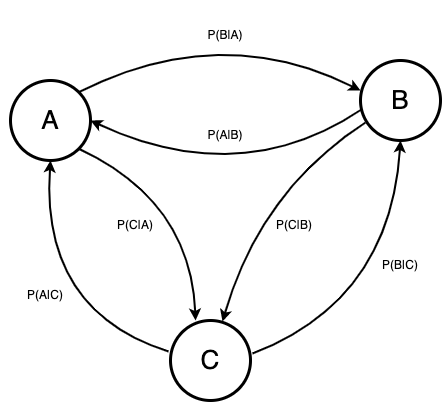
Earlier version of the draw.io export report/Figures/markov_chain.png (jonasrla/spectral-hmm). Source tidied: cells renumbered, new cells last; positions are measured from the earlier drawing's top-left corner, leaving out a move shared by most shapes.
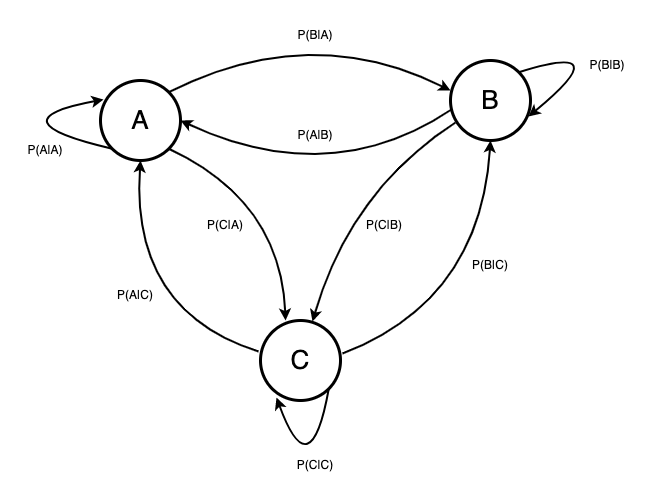
After the commit.

Commit message:
Adiciona Cadeias de Markov

Change to the diagram source:
```diff
@@ -80,5 +80,35 @@
     <mxCell id="19" value="P(C|A)" style="text;html=1;strokeColor=none;fillColor=none;align=center;verticalAlign=middle;whiteSpace=wrap;rounded=0;" parent="1" vertex="1">
       <mxGeometry x="90" y="190" width="90" height="70" as="geometry" />
     </mxCell>
+    <mxCell id="20" style="curved=1;endArrow=classic;html=1;rounded=0;entryX=0.2;entryY=0.963;entryDx=0;entryDy=0;entryPerimeter=0;exitX=1;exitY=1;exitDx=0;exitDy=0;strokeWidth=2;" parent="1" edge="1" source="3" target="3">
+      <mxGeometry relative="1" as="geometry">
+        <Array as="points">
+          <mxPoint x="220" y="490" />
+        </Array>
+      </mxGeometry>
+    </mxCell>
+    <mxCell id="21" style="curved=1;endArrow=classic;html=1;rounded=0;entryX=0.975;entryY=0.7;entryDx=0;entryDy=0;exitX=1;exitY=0;exitDx=0;exitDy=0;strokeWidth=2;entryPerimeter=0;" parent="1" edge="1" source="4" target="4">
+      <mxGeometry relative="1" as="geometry">
+        <Array as="points">
+          <mxPoint x="530" y="40" />
+        </Array>
+      </mxGeometry>
+    </mxCell>
+    <mxCell id="22" style="curved=1;endArrow=classic;html=1;rounded=0;entryX=0.038;entryY=0.238;entryDx=0;entryDy=0;entryPerimeter=0;exitX=0;exitY=1;exitDx=0;exitDy=0;strokeWidth=2;" parent="1" edge="1" source="2" target="2">
+      <mxGeometry relative="1" as="geometry">
+        <Array as="points">
+          <mxPoint x="-100" y="120" />
+        </Array>
+      </mxGeometry>
+    </mxCell>
+    <mxCell id="23" value="P(A|A)" style="text;html=1;strokeColor=none;fillColor=none;align=center;verticalAlign=middle;whiteSpace=wrap;rounded=0;" parent="1" vertex="1">
+      <mxGeometry x="-90" y="115" width="90" height="70" as="geometry" />
+    </mxCell>
+    <mxCell id="24" value="P(C|C)" style="text;html=1;strokeColor=none;fillColor=none;align=center;verticalAlign=middle;whiteSpace=wrap;rounded=0;" parent="1" vertex="1">
+      <mxGeometry x="180" y="430" width="90" height="70" as="geometry" />
+    </mxCell>
+    <mxCell id="25" value="P(B|B)" style="text;html=1;strokeColor=none;fillColor=none;align=center;verticalAlign=middle;whiteSpace=wrap;rounded=0;" parent="1" vertex="1">
+      <mxGeometry x="472" y="30" width="90" height="70" as="geometry" />
+    </mxCell>
   </root>
 </mxGraphModel>
```
